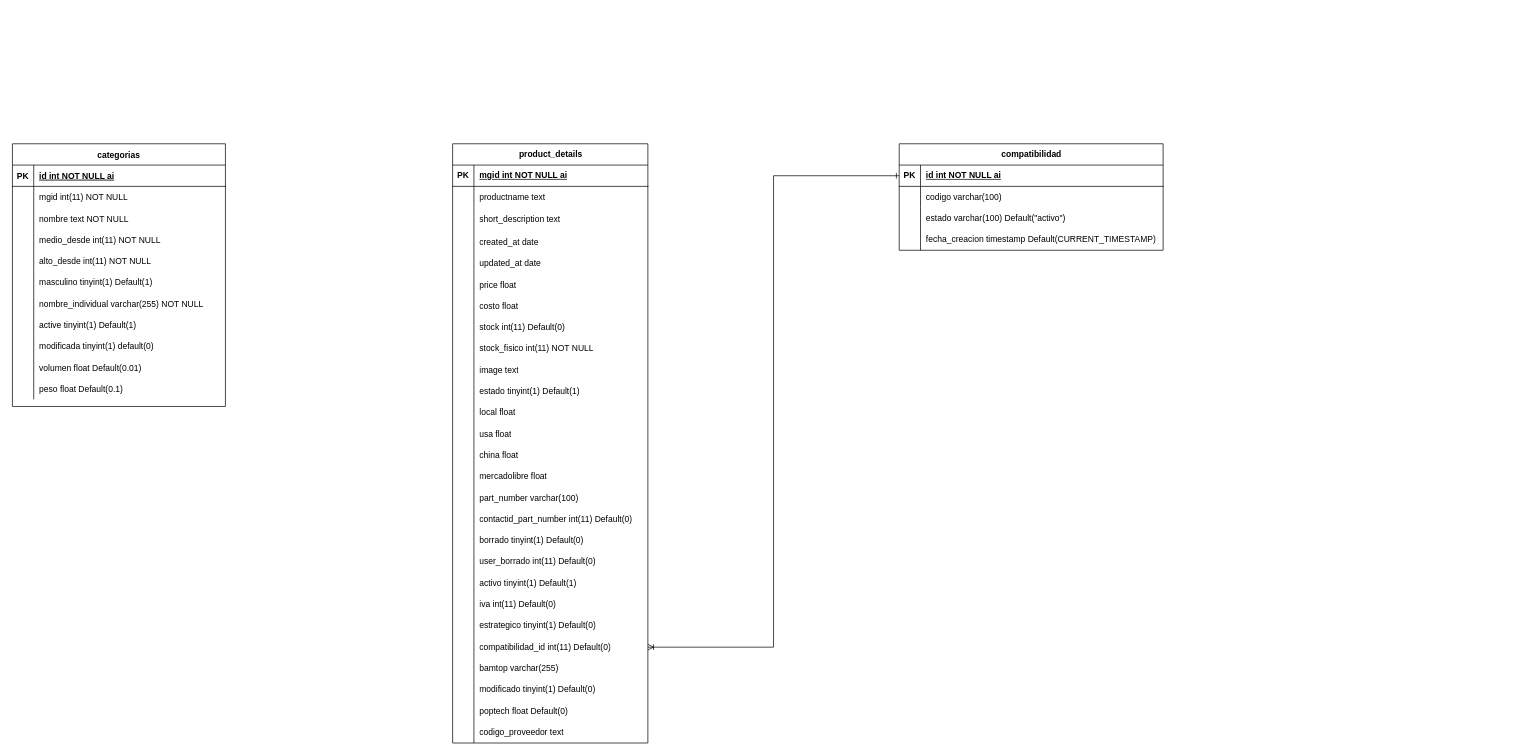
Earlier version of the draw.io diagram poptech.drawio (DarioEB/diagramas). Source tidied: cells renumbered, new cells numbered last; positions are measured from the earlier drawing's top-left corner, leaving out a move shared by most shapes. Both pictures are drawn from the tidied source at 71%, with x=0, y=0 at pixel (12, 143).
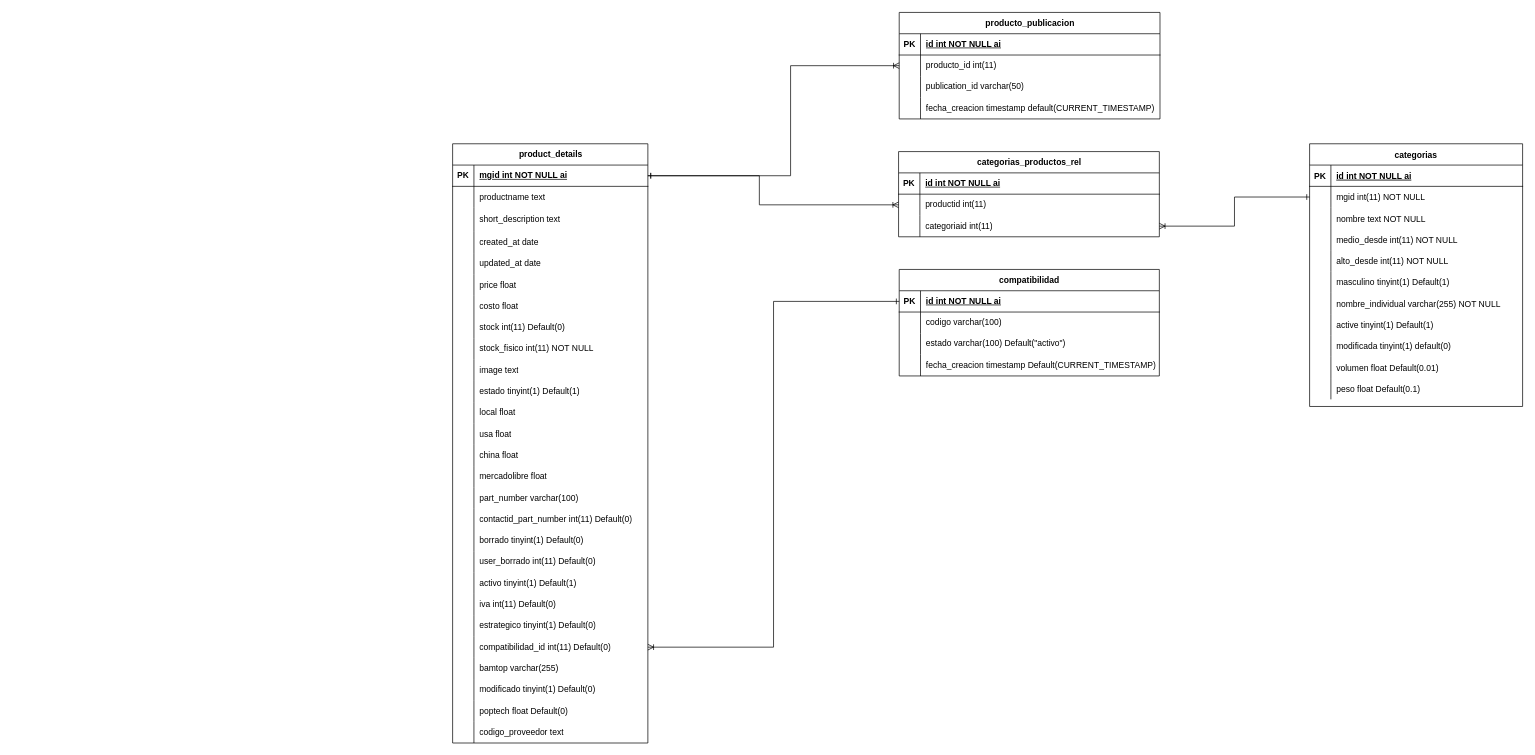
The same page after the edit.

The change refers to these unchanged cells:
```xml
<mxCell id="6" style="shape=partialRectangle;fillColor=none;points=[[0,0.5],[1,0.5]];portConstraint=eastwest;top=0;left=0;right=0;bottom=0;" parent="2" vertex="1">
  <mxGeometry y="60" width="300" height="30" as="geometry" />
</mxCell>
<mxCell id="37" style="shape=tableRow;horizontal=0;startSize=0;swimlaneHead=0;swimlaneBody=0;fillColor=none;points=[[0,0.5],[1,0.5]];portConstraint=eastwest;top=0;left=0;right=0;bottom=1;" parent="36" vertex="1">
  <mxGeometry y="30" width="275" height="30" as="geometry" />
</mxCell>
```

What changed in the source:
```diff
@@
     <mxCell id="2" value="categorias" style="shape=table;startSize=30;childLayout=tableLayout;rowLines=0;fontStyle=1;align=center;" parent="1" vertex="1">
-      <mxGeometry width="300" height="370" as="geometry" />
+      <mxGeometry x="1827" width="300" height="370" as="geometry" />
     </mxCell>
@@
     <mxCell id="118" value="compatibilidad" style="shape=table;startSize=30;childLayout=tableLayout;rowLines=0;fontStyle=1;align=center;html=1;" parent="1" vertex="1">
-      <mxGeometry x="1249" width="371.7" height="150" as="geometry" />
+      <mxGeometry x="1249" y="177" width="366.4" height="150" as="geometry" />
     </mxCell>
     <mxCell id="119" style="shape=tableRow;horizontal=0;startSize=0;swimlaneHead=0;swimlaneBody=0;fillColor=none;points=[[0,0.5],[1,0.5]];portConstraint=eastwest;top=0;left=0;right=0;bottom=1;" parent="118" vertex="1">
-      <mxGeometry y="30" width="371.7" height="30" as="geometry" />
+      <mxGeometry y="30" width="366.4" height="30" as="geometry" />
     </mxCell>
@@
     <mxCell id="121" value="id int NOT NULL ai" style="shape=partialRectangle;fillColor=none;top=0;left=0;bottom=0;right=0;align=left;spacingLeft=6;fontStyle=5;overflow=hidden;whiteSpace=wrap;html=1;" parent="119" vertex="1">
-      <mxGeometry x="30" width="341.7" height="30" as="geometry" />
+      <mxGeometry x="30" width="336.4" height="30" as="geometry" />
     </mxCell>
     <mxCell id="122" style="shape=tableRow;horizontal=0;startSize=0;swimlaneHead=0;swimlaneBody=0;fillColor=none;top=0;left=0;right=0;bottom=0;" parent="118" vertex="1">
-      <mxGeometry y="60" width="371.7" height="30" as="geometry" />
+      <mxGeometry y="60" width="366.4" height="30" as="geometry" />
     </mxCell>
@@
     <mxCell id="124" value="codigo varchar(100)" style="shape=partialRectangle;fillColor=none;top=0;left=0;bottom=0;right=0;align=left;spacingLeft=6;overflow=hidden;whiteSpace=wrap;html=1;" parent="122" vertex="1">
-      <mxGeometry x="30" width="341.7" height="30" as="geometry" />
+      <mxGeometry x="30" width="336.4" height="30" as="geometry" />
     </mxCell>
     <mxCell id="125" style="shape=tableRow;horizontal=0;startSize=0;swimlaneHead=0;swimlaneBody=0;fillColor=none;top=0;left=0;right=0;bottom=0;" parent="118" vertex="1">
-      <mxGeometry y="90" width="371.7" height="30" as="geometry" />
+      <mxGeometry y="90" width="366.4" height="30" as="geometry" />
     </mxCell>
@@
     <mxCell id="127" value="estado varchar(100) Default(&quot;activo&quot;)" style="shape=partialRectangle;fillColor=none;top=0;left=0;bottom=0;right=0;align=left;spacingLeft=6;overflow=hidden;whiteSpace=wrap;html=1;" parent="125" vertex="1">
-      <mxGeometry x="30" width="341.7" height="30" as="geometry" />
+      <mxGeometry x="30" width="336.4" height="30" as="geometry" />
     </mxCell>
     <mxCell id="128" style="shape=tableRow;horizontal=0;startSize=0;swimlaneHead=0;swimlaneBody=0;fillColor=none;top=0;left=0;right=0;bottom=0;" parent="118" vertex="1">
-      <mxGeometry y="120" width="371.7" height="30" as="geometry" />
+      <mxGeometry y="120" width="366.4" height="30" as="geometry" />
     </mxCell>
@@
     <mxCell id="130" value="fecha_creacion timestamp Default(CURRENT_TIMESTAMP)" style="shape=partialRectangle;fillColor=none;top=0;left=0;bottom=0;right=0;align=left;spacingLeft=6;overflow=hidden;whiteSpace=wrap;html=1;" parent="128" vertex="1">
-      <mxGeometry x="30" width="341.7" height="30" as="geometry" />
+      <mxGeometry x="30" width="336.4" height="30" as="geometry" />
     </mxCell>
@@
+    <mxCell id="132" value="producto_publicacion" style="shape=table;startSize=30;childLayout=tableLayout;rowLines=0;fontStyle=1;align=center;html=1;" parent="1" vertex="1">
+      <mxGeometry x="1249" y="-185" width="367.3" height="150" as="geometry" />
+    </mxCell>
+    <mxCell id="133" style="shape=tableRow;horizontal=0;startSize=0;swimlaneHead=0;swimlaneBody=0;fillColor=none;top=0;left=0;right=0;bottom=1;" parent="132" vertex="1">
+      <mxGeometry y="30" width="367.3" height="30" as="geometry" />
+    </mxCell>
+    <mxCell id="134" value="PK" style="shape=partialRectangle;fillColor=none;top=0;left=0;bottom=0;right=0;fontStyle=1;overflow=hidden;whiteSpace=wrap;html=1;" parent="133" vertex="1">
+      <mxGeometry width="30" height="30" as="geometry" />
+    </mxCell>
+    <mxCell id="135" value="id int NOT NULL ai" style="shape=partialRectangle;fillColor=none;top=0;left=0;bottom=0;right=0;align=left;spacingLeft=6;fontStyle=5;overflow=hidden;whiteSpace=wrap;html=1;" parent="133" vertex="1">
+      <mxGeometry x="30" width="337.3" height="30" as="geometry" />
+    </mxCell>
+    <mxCell id="136" style="shape=tableRow;horizontal=0;startSize=0;swimlaneHead=0;swimlaneBody=0;fillColor=none;points=[[0,0.5],[1,0.5]];portConstraint=eastwest;top=0;left=0;right=0;bottom=0;" parent="132" vertex="1">
+      <mxGeometry y="60" width="367.3" height="30" as="geometry" />
+    </mxCell>
+    <mxCell id="137" style="shape=partialRectangle;fillColor=none;top=0;left=0;bottom=0;right=0;overflow=hidden;whiteSpace=wrap;html=1;" parent="136" vertex="1">
+      <mxGeometry width="30" height="30" as="geometry" />
+    </mxCell>
+    <mxCell id="138" value="producto_id int(11)" style="shape=partialRectangle;fillColor=none;top=0;left=0;bottom=0;right=0;align=left;spacingLeft=6;overflow=hidden;whiteSpace=wrap;html=1;" parent="136" vertex="1">
+      <mxGeometry x="30" width="337.3" height="30" as="geometry" />
+    </mxCell>
+    <mxCell id="139" style="shape=tableRow;horizontal=0;startSize=0;swimlaneHead=0;swimlaneBody=0;fillColor=none;top=0;left=0;right=0;bottom=0;" parent="132" vertex="1">
+      <mxGeometry y="90" width="367.3" height="30" as="geometry" />
+    </mxCell>
+    <mxCell id="140" style="shape=partialRectangle;fillColor=none;top=0;left=0;bottom=0;right=0;overflow=hidden;whiteSpace=wrap;html=1;" parent="139" vertex="1">
+      <mxGeometry width="30" height="30" as="geometry" />
+    </mxCell>
+    <mxCell id="141" value="publication_id varchar(50)" style="shape=partialRectangle;fillColor=none;top=0;left=0;bottom=0;right=0;align=left;spacingLeft=6;overflow=hidden;whiteSpace=wrap;html=1;" parent="139" vertex="1">
+      <mxGeometry x="30" width="337.3" height="30" as="geometry" />
+    </mxCell>
+    <mxCell id="142" style="shape=tableRow;horizontal=0;startSize=0;swimlaneHead=0;swimlaneBody=0;fillColor=none;top=0;left=0;right=0;bottom=0;" parent="132" vertex="1">
+      <mxGeometry y="120" width="367.3" height="30" as="geometry" />
+    </mxCell>
+    <mxCell id="143" style="shape=partialRectangle;fillColor=none;top=0;left=0;bottom=0;right=0;overflow=hidden;whiteSpace=wrap;html=1;" parent="142" vertex="1">
+      <mxGeometry width="30" height="30" as="geometry" />
+    </mxCell>
+    <mxCell id="144" value="fecha_creacion timestamp default(CURRENT_TIMESTAMP)" style="shape=partialRectangle;fillColor=none;top=0;left=0;bottom=0;right=0;align=left;spacingLeft=6;overflow=hidden;whiteSpace=wrap;html=1;" parent="142" vertex="1">
+      <mxGeometry x="30" width="337.3" height="30" as="geometry" />
+    </mxCell>
+    <mxCell id="145" style="edgeStyle=orthogonalEdgeStyle;rounded=0;jettySize=auto;html=1;exitX=1;exitY=0.5;exitDx=0;exitDy=0;endArrow=ERoneToMany;endFill=0;startArrow=ERone;startFill=0;entryX=0;entryY=0.5;entryDx=0;entryDy=0;" parent="1" edge="1" source="37" target="152">
+      <mxGeometry relative="1" as="geometry">
+        <Array as="points">
+          <mxPoint x="1052" y="45" />
+          <mxPoint x="1052" y="86" />
+        </Array>
+      </mxGeometry>
+    </mxCell>
+    <mxCell id="146" style="edgeStyle=orthogonalEdgeStyle;rounded=0;jettySize=auto;html=1;exitX=0;exitY=0.5;exitDx=0;exitDy=0;endArrow=ERoneToMany;endFill=0;startArrow=ERone;startFill=0;" parent="1" edge="1" source="6" target="155">
+      <mxGeometry relative="1" as="geometry" />
+    </mxCell>
+    <mxCell id="147" style="edgeStyle=orthogonalEdgeStyle;rounded=0;jettySize=auto;html=1;exitX=1;exitY=0.5;exitDx=0;exitDy=0;endArrow=ERoneToMany;endFill=0;startArrow=ERone;startFill=0;entryX=0;entryY=0.5;entryDx=0;entryDy=0;" parent="1" edge="1" source="37" target="136">
+      <mxGeometry relative="1" as="geometry">
+        <Array as="points">
+          <mxPoint x="1096" y="45" />
+          <mxPoint x="1096" y="-110" />
+        </Array>
+      </mxGeometry>
+    </mxCell>
+    <mxCell id="148" value="categorias_productos_rel" style="shape=table;startSize=30;childLayout=tableLayout;rowLines=0;fontStyle=1;align=center;html=1;" parent="1" vertex="1">
+      <mxGeometry x="1248.1" y="11" width="367.3" height="120" as="geometry" />
+    </mxCell>
+    <mxCell id="149" style="shape=tableRow;horizontal=0;startSize=0;swimlaneHead=0;swimlaneBody=0;fillColor=none;top=0;left=0;right=0;bottom=1;" parent="148" vertex="1">
+      <mxGeometry y="30" width="367.3" height="30" as="geometry" />
+    </mxCell>
+    <mxCell id="150" value="PK" style="shape=partialRectangle;fillColor=none;top=0;left=0;bottom=0;right=0;fontStyle=1;overflow=hidden;whiteSpace=wrap;html=1;" parent="149" vertex="1">
+      <mxGeometry width="30" height="30" as="geometry" />
+    </mxCell>
+    <mxCell id="151" value="id int NOT NULL ai" style="shape=partialRectangle;fillColor=none;top=0;left=0;bottom=0;right=0;align=left;spacingLeft=6;fontStyle=5;overflow=hidden;whiteSpace=wrap;html=1;" parent="149" vertex="1">
+      <mxGeometry x="30" width="337.3" height="30" as="geometry" />
+    </mxCell>
+    <mxCell id="152" style="shape=tableRow;horizontal=0;startSize=0;swimlaneHead=0;swimlaneBody=0;fillColor=none;points=[[0,0.5],[1,0.5]];portConstraint=eastwest;top=0;left=0;right=0;bottom=0;" parent="148" vertex="1">
+      <mxGeometry y="60" width="367.3" height="30" as="geometry" />
+    </mxCell>
+    <mxCell id="153" style="shape=partialRectangle;fillColor=none;top=0;left=0;bottom=0;right=0;overflow=hidden;whiteSpace=wrap;html=1;" parent="152" vertex="1">
+      <mxGeometry width="30" height="30" as="geometry" />
+    </mxCell>
+    <mxCell id="154" value="productid int(11)" style="shape=partialRectangle;fillColor=none;top=0;left=0;bottom=0;right=0;align=left;spacingLeft=6;overflow=hidden;whiteSpace=wrap;html=1;" parent="152" vertex="1">
+      <mxGeometry x="30" width="337.3" height="30" as="geometry" />
+    </mxCell>
+    <mxCell id="155" style="shape=tableRow;horizontal=0;startSize=0;swimlaneHead=0;swimlaneBody=0;fillColor=none;points=[[0,0.5],[1,0.5]];portConstraint=eastwest;top=0;left=0;right=0;bottom=0;" parent="148" vertex="1">
+      <mxGeometry y="90" width="367.3" height="30" as="geometry" />
+    </mxCell>
+    <mxCell id="156" style="shape=partialRectangle;fillColor=none;top=0;left=0;bottom=0;right=0;overflow=hidden;whiteSpace=wrap;html=1;" parent="155" vertex="1">
+      <mxGeometry width="30" height="30" as="geometry" />
+    </mxCell>
+    <mxCell id="157" value="categoriaid int(11)" style="shape=partialRectangle;fillColor=none;top=0;left=0;bottom=0;right=0;align=left;spacingLeft=6;overflow=hidden;whiteSpace=wrap;html=1;" parent="155" vertex="1">
+      <mxGeometry x="30" width="337.3" height="30" as="geometry" />
+    </mxCell>
```
